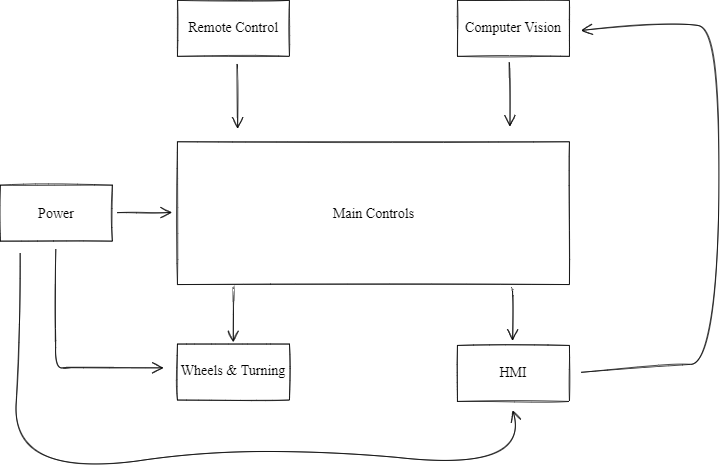
TuringBoard/ADS keeps this draw.io diagram as ADS Latex/images/Introdcution_Layers.png. Above is the earlier version. Source tidied: cells renumbered, new cells last; positions are measured from the earlier drawing's top-left corner, leaving out a move shared by most shapes.
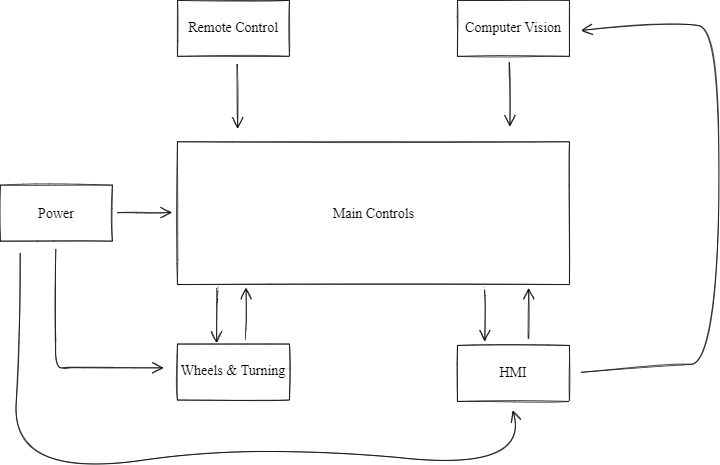
Above is the later version.

Diff of the diagram source:
```diff
@@ -61,14 +61,14 @@
     </mxCell>
     <mxCell id="17" style="edgeStyle=none;orthogonalLoop=1;jettySize=auto;html=1;rounded=0;sketch=1;hachureGap=4;fontFamily=Times New Roman;fontSize=16;endArrow=open;startSize=14;endSize=14;sourcePerimeterSpacing=8;targetPerimeterSpacing=8;curved=1;" parent="1" edge="1">
       <mxGeometry relative="1" as="geometry">
-        <mxPoint x="333" y="411" as="sourcePoint" />
-        <mxPoint x="332.8" y="488" as="targetPoint" />
+        <mxPoint x="309.2" y="412" as="sourcePoint" />
+        <mxPoint x="309" y="489" as="targetPoint" />
       </mxGeometry>
     </mxCell>
     <mxCell id="18" style="edgeStyle=none;orthogonalLoop=1;jettySize=auto;html=1;rounded=0;sketch=1;hachureGap=4;fontFamily=Times New Roman;fontSize=16;endArrow=open;startSize=14;endSize=14;sourcePerimeterSpacing=8;targetPerimeterSpacing=8;curved=1;" parent="1" edge="1">
       <mxGeometry relative="1" as="geometry">
-        <mxPoint x="732" y="414" as="sourcePoint" />
-        <mxPoint x="731.8" y="486" as="targetPoint" />
+        <mxPoint x="692.2" y="415" as="sourcePoint" />
+        <mxPoint x="692" y="487" as="targetPoint" />
       </mxGeometry>
     </mxCell>
     <mxCell id="19" style="edgeStyle=none;orthogonalLoop=1;jettySize=auto;html=1;rounded=0;sketch=1;hachureGap=4;fontFamily=Times New Roman;fontSize=16;endArrow=open;startSize=14;endSize=14;sourcePerimeterSpacing=8;targetPerimeterSpacing=8;curved=1;" parent="1" edge="1">
@@ -106,5 +106,17 @@
         </Array>
       </mxGeometry>
     </mxCell>
+    <mxCell id="22" style="edgeStyle=none;orthogonalLoop=1;jettySize=auto;html=1;rounded=0;sketch=1;hachureGap=4;fontFamily=Times New Roman;fontSize=16;endArrow=open;startSize=14;endSize=14;sourcePerimeterSpacing=8;targetPerimeterSpacing=8;curved=1;entryX=0.896;entryY=1.015;entryDx=0;entryDy=0;entryPerimeter=0;" parent="1" edge="1">
+      <mxGeometry relative="1" as="geometry">
+        <mxPoint x="755" y="483" as="sourcePoint" />
+        <mxPoint x="754.8" y="411.1" as="targetPoint" />
+      </mxGeometry>
+    </mxCell>
+    <mxCell id="23" style="edgeStyle=none;orthogonalLoop=1;jettySize=auto;html=1;rounded=0;sketch=1;hachureGap=4;fontFamily=Times New Roman;fontSize=16;endArrow=open;startSize=14;endSize=14;sourcePerimeterSpacing=8;targetPerimeterSpacing=8;curved=1;entryX=0.896;entryY=1.015;entryDx=0;entryDy=0;entryPerimeter=0;" parent="1" edge="1">
+      <mxGeometry relative="1" as="geometry">
+        <mxPoint x="351.2" y="482.9" as="sourcePoint" />
+        <mxPoint x="351" y="411" as="targetPoint" />
+      </mxGeometry>
+    </mxCell>
   </root>
 </mxGraphModel>
```
